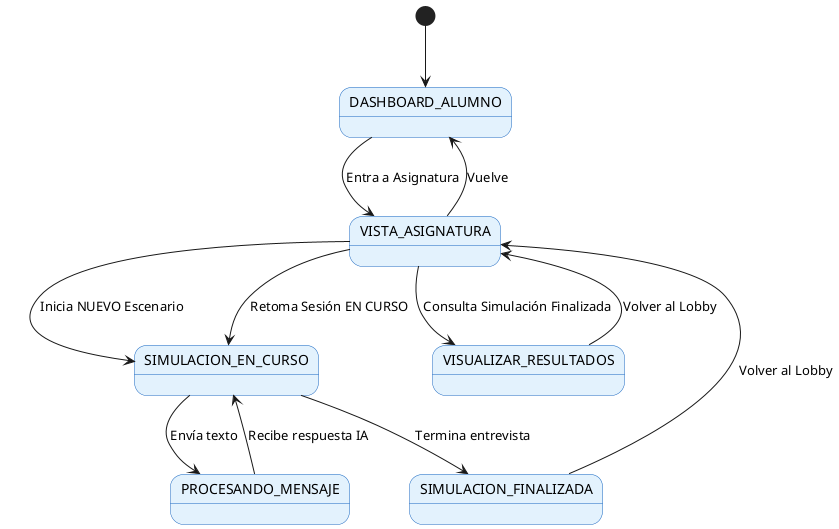
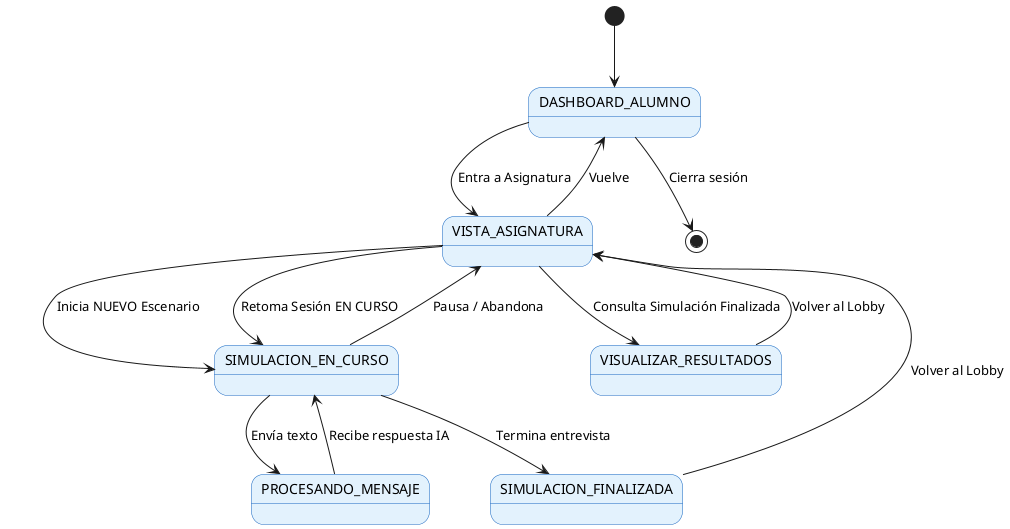
@startuml
skinparam stateBackgroundColor #E3F2FD
skinparam stateBorderColor #1565C0

[*] --> DASHBOARD_ALUMNO
- 
DASHBOARD_ALUMNO --> VISTA_ASIGNATURA : Entra a Asignatura
VISTA_ASIGNATURA --> DASHBOARD_ALUMNO : Vuelve
- 
' Las tres rutas del Lobby
VISTA_ASIGNATURA --> SIMULACION_EN_CURSO : Inicia NUEVO Escenario
VISTA_ASIGNATURA --> SIMULACION_EN_CURSO : Retoma Sesión EN CURSO
VISTA_ASIGNATURA --> VISUALIZAR_RESULTADOS : Consulta Simulación Finalizada
- 
' Ciclo de Mensajería
SIMULACION_EN_CURSO --> PROCESANDO_MENSAJE : Envía texto
PROCESANDO_MENSAJE --> SIMULACION_EN_CURSO : Recibe respuesta IA
- 
+ ' Pausa / Abandono
+ SIMULACION_EN_CURSO --> VISTA_ASIGNATURA : Pausa / Abandona
' Finalización y Retornos
SIMULACION_EN_CURSO --> SIMULACION_FINALIZADA : Termina entrevista
SIMULACION_FINALIZADA --> VISTA_ASIGNATURA : Volver al Lobby
VISUALIZAR_RESULTADOS --> VISTA_ASIGNATURA : Volver al Lobby
- 
+ ' Cierre de sesión
+ DASHBOARD_ALUMNO --> [*] : Cierra sesión
@enduml